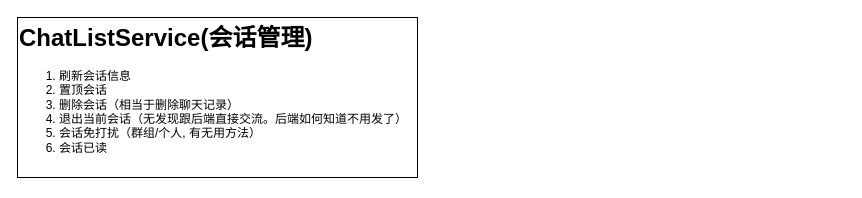
Jonty1997/personal_sources keeps this draw.io diagram as draw/message.drawio. Above is the earlier version. Source tidied: cells renumbered, new cells numbered last; positions are measured from the earlier drawing's top-left corner, leaving out a move shared by most shapes. Both pictures are drawn from the tidied source at 100%, with x=0, y=0 at pixel (17, 17).
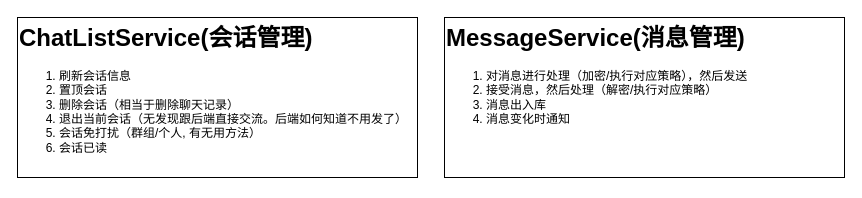
The same diagram, later.

The edit, as a diff of the source:
```diff
@@
 <mxGraphModel>
   <root>
     <mxCell id="0" />
     <mxCell id="1" parent="0" />
     <mxCell id="2" style="group;" parent="1" vertex="1">
       <mxGeometry width="400" height="160" as="geometry" />
     </mxCell>
     <mxCell id="3" style="rounded=0;whiteSpace=wrap;html=1;" parent="2" vertex="1">
       <mxGeometry width="400" height="160" as="geometry" />
     </mxCell>
     <mxCell id="4" value="&lt;h1 style=&quot;margin-top: 0px;&quot;&gt;ChatListService(会话管理)&lt;br&gt;&lt;/h1&gt;&lt;p&gt;&lt;/p&gt;&lt;ol&gt;&lt;li&gt;刷新会话信息&lt;/li&gt;&lt;li&gt;置顶会话&lt;/li&gt;&lt;li&gt;删除会话（相当于删除聊天记录）&lt;/li&gt;&lt;li&gt;退出当前会话（无发现跟后端直接交流。后端如何知道不用发了）&lt;/li&gt;&lt;li&gt;会话免打扰（群组/个人, 有无用方法）&lt;/li&gt;&lt;li&gt;会话已读&lt;/li&gt;&lt;/ol&gt;&lt;p&gt;&lt;/p&gt;" style="text;html=1;whiteSpace=wrap;overflow=hidden;rounded=0;" parent="2" vertex="1">
       <mxGeometry width="400" height="160" as="geometry" />
     </mxCell>
+    <mxCell id="5" style="group;" parent="1" vertex="1">
+      <mxGeometry x="427" width="400" height="160" as="geometry" />
+    </mxCell>
+    <mxCell id="6" style="rounded=0;whiteSpace=wrap;html=1;" parent="5" vertex="1">
+      <mxGeometry width="400" height="160" as="geometry" />
+    </mxCell>
+    <mxCell id="7" value="&lt;h1 style=&quot;margin-top: 0px;&quot;&gt;MessageService(消息管理)&lt;br&gt;&lt;/h1&gt;&lt;p&gt;&lt;/p&gt;&lt;ol&gt;&lt;li&gt;对消息进行处理（加密/执行对应策略），然后发送&lt;/li&gt;&lt;li&gt;接受消息，然后处理（解密/执行对应策略）&lt;/li&gt;&lt;li&gt;消息出入库&lt;/li&gt;&lt;li&gt;消息变化时通知&lt;/li&gt;&lt;/ol&gt;&lt;p&gt;&lt;/p&gt;" style="text;html=1;whiteSpace=wrap;overflow=hidden;rounded=0;" parent="5" vertex="1">
+      <mxGeometry width="400" height="160" as="geometry" />
+    </mxCell>
   </root>
 </mxGraphModel>
```
